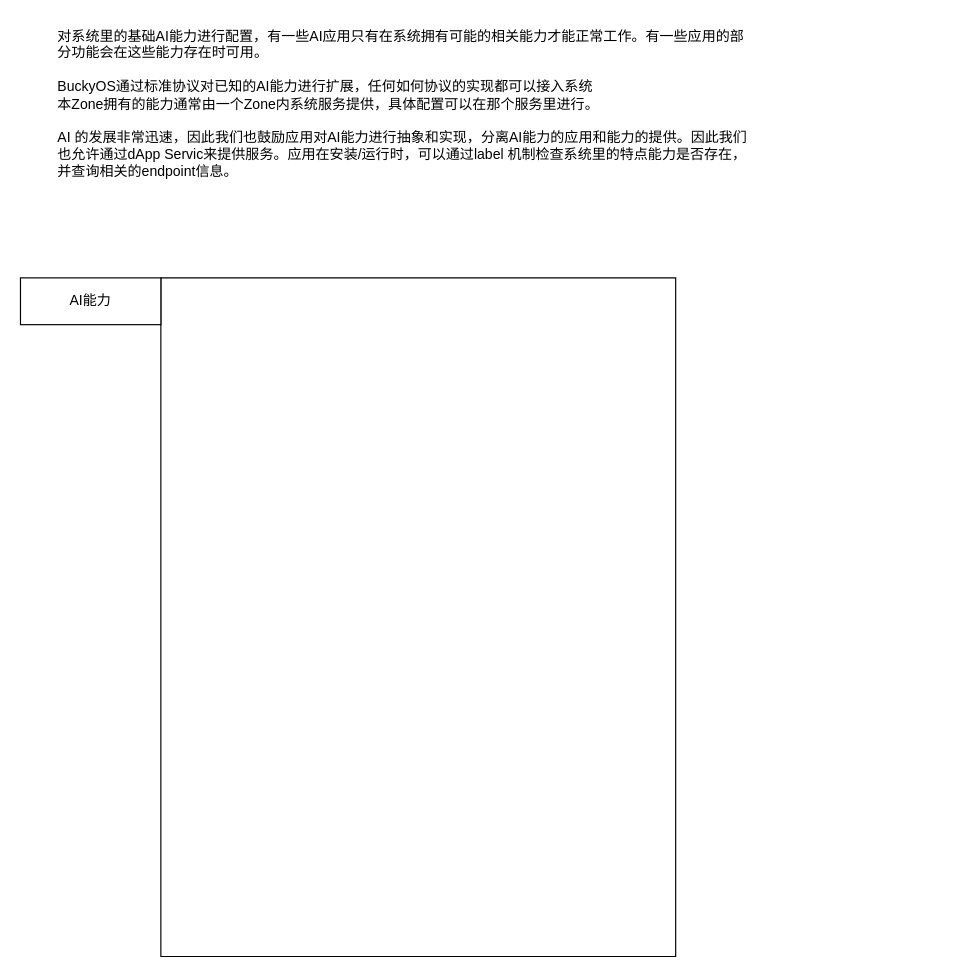
Before: page "Setting" (2 of 5) of doc/PRD/AI App.drawio in buckyos/buckyos, a draw.io diagram. Source tidied: cells renumbered, new cells numbered last; positions are measured from the earlier drawing's top-left corner, leaving out a move shared by most shapes. Both pictures are drawn from the tidied source at 117%, with x=0, y=0 at pixel (20, 20).
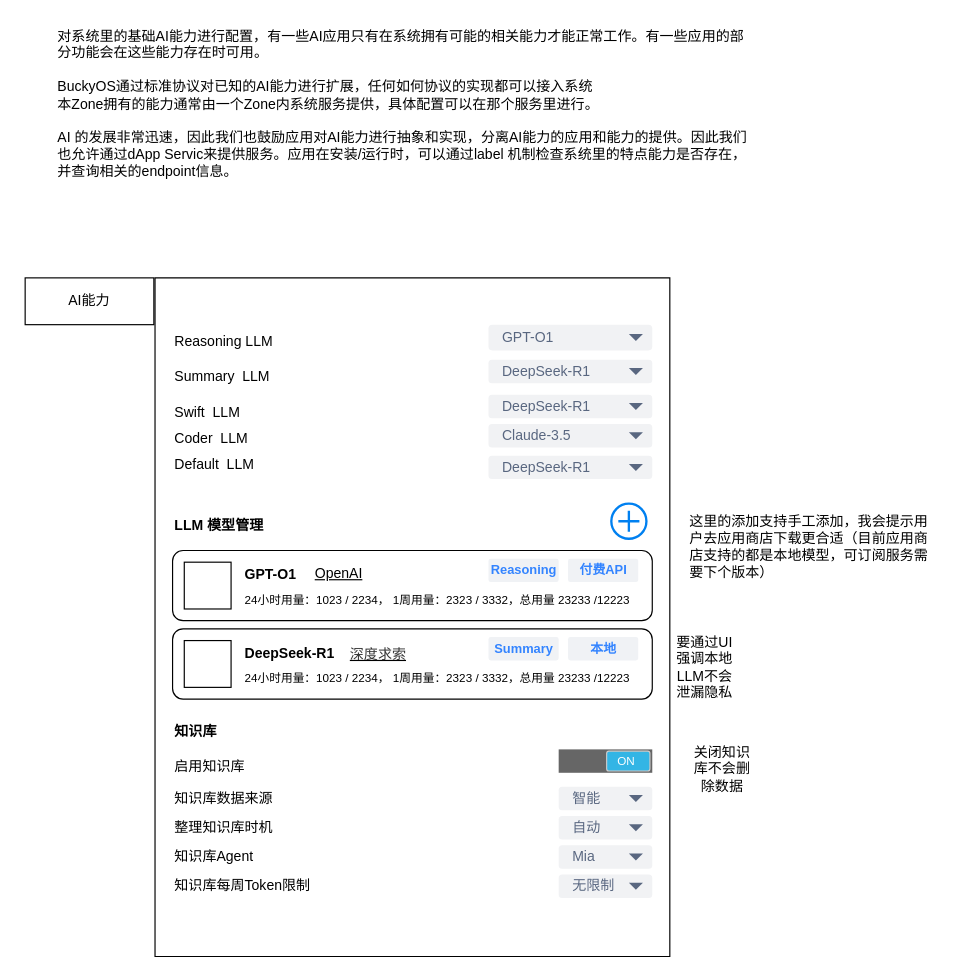
The same diagram, later.

What changed in the source:
```diff
@@
     <mxCell id="2" style="verticalLabelPosition=bottom;verticalAlign=top;html=1;shape=mxgraph.basic.rect;fillColor2=none;strokeWidth=1;size=20;indent=5;" parent="1" vertex="1">
-      <mxGeometry x="120" y="220" width="440" height="580" as="geometry" />
+      <mxGeometry x="115" y="220" width="440" height="580" as="geometry" />
     </mxCell>
     <mxCell id="3" value="AI能力" style="rounded=0;whiteSpace=wrap;html=1;" parent="1" vertex="1">
-      <mxGeometry y="220" width="120" height="40" as="geometry" />
+      <mxGeometry x="4" y="220" width="110" height="40" as="geometry" />
     </mxCell>
@@
+    <mxCell id="5" value="LLM 模型管理" style="text;html=1;align=left;verticalAlign=middle;whiteSpace=wrap;rounded=0;fontStyle=1;" parent="1" vertex="1">
+      <mxGeometry x="130" y="417" width="110" height="30" as="geometry" />
+    </mxCell>
+    <mxCell id="6" style="rounded=1;whiteSpace=wrap;html=1;" parent="1" vertex="1">
+      <mxGeometry x="130" y="453" width="410" height="60" as="geometry" />
+    </mxCell>
+    <mxCell id="7" style="rounded=0;whiteSpace=wrap;html=1;" parent="1" vertex="1">
+      <mxGeometry x="140" y="463" width="40" height="40" as="geometry" />
+    </mxCell>
+    <mxCell id="8" value="GPT-O1" style="text;html=1;align=left;verticalAlign=top;whiteSpace=wrap;rounded=0;fontStyle=1;" parent="1" vertex="1">
+      <mxGeometry x="190" y="460" width="60" height="30" as="geometry" />
+    </mxCell>
+    <mxCell id="9" value="Reasoning" style="dashed=0;html=1;fillColor=#F0F2F5;strokeColor=none;align=center;rounded=1;arcSize=10;fontColor=#3384FF;fontStyle=1;fontSize=11;shadow=0;" parent="1" vertex="1">
+      <mxGeometry x="400" y="460" width="60" height="20" as="geometry" />
+    </mxCell>
+    <mxCell id="10" style="html=1;verticalLabelPosition=bottom;align=center;labelBackgroundColor=#ffffff;verticalAlign=top;strokeWidth=2;strokeColor=#0080F0;shadow=0;dashed=0;shape=mxgraph.ios7.icons.add;" parent="1" vertex="1">
+      <mxGeometry x="505" y="413" width="30" height="30" as="geometry" />
+    </mxCell>
+    <mxCell id="11" value="付费API" style="dashed=0;html=1;fillColor=#F0F2F5;strokeColor=none;align=center;rounded=1;arcSize=10;fontColor=#3384FF;fontStyle=1;fontSize=11;shadow=0;" parent="1" vertex="1">
+      <mxGeometry x="468" y="460" width="60" height="20" as="geometry" />
+    </mxCell>
+    <mxCell id="12" value="OpenAI" style="text;html=1;align=left;verticalAlign=middle;whiteSpace=wrap;rounded=0;fontStyle=4;" parent="1" vertex="1">
+      <mxGeometry x="250" y="458" width="60" height="30" as="geometry" />
+    </mxCell>
+    <mxCell id="13" value="Reasoning LLM" style="text;html=1;align=left;verticalAlign=middle;whiteSpace=wrap;rounded=0;" parent="1" vertex="1">
+      <mxGeometry x="130" y="260" width="110" height="30" as="geometry" />
+    </mxCell>
+    <mxCell id="14" value="Summary&amp;nbsp; LLM" style="text;html=1;align=left;verticalAlign=middle;whiteSpace=wrap;rounded=0;" parent="1" vertex="1">
+      <mxGeometry x="130" y="290" width="110" height="30" as="geometry" />
+    </mxCell>
+    <mxCell id="15" value="Swift&amp;nbsp; LLM" style="text;html=1;align=left;verticalAlign=middle;whiteSpace=wrap;rounded=0;" parent="1" vertex="1">
+      <mxGeometry x="130" y="320" width="110" height="30" as="geometry" />
+    </mxCell>
+    <mxCell id="16" value="Default&amp;nbsp; LLM" style="text;html=1;align=left;verticalAlign=middle;whiteSpace=wrap;rounded=0;" parent="1" vertex="1">
+      <mxGeometry x="130" y="365" width="110" height="30" as="geometry" />
+    </mxCell>
+    <mxCell id="17" value="GPT-O1" style="rounded=1;fillColor=#F1F2F4;strokeColor=none;html=1;whiteSpace=wrap;fontColor=#596780;align=left;fontSize=12;spacingLeft=10;sketch=0;" parent="1" vertex="1">
+      <mxGeometry x="400" y="260" width="140" height="22" as="geometry" />
+    </mxCell>
+    <mxCell id="18" style="shape=triangle;direction=south;fillColor=#596780;strokeColor=none;html=1;sketch=0;" parent="17" vertex="1">
+      <mxGeometry x="1" y="0.5" width="12" height="6" relative="1" as="geometry">
+        <mxPoint x="-20" y="-3" as="offset" />
+      </mxGeometry>
+    </mxCell>
+    <mxCell id="19" value="DeepSeek-R1" style="rounded=1;fillColor=#F1F2F4;strokeColor=none;html=1;whiteSpace=wrap;fontColor=#596780;align=left;fontSize=12;spacingLeft=10;sketch=0;" parent="1" vertex="1">
+      <mxGeometry x="400" y="290" width="140" height="20" as="geometry" />
+    </mxCell>
+    <mxCell id="20" style="shape=triangle;direction=south;fillColor=#596780;strokeColor=none;html=1;sketch=0;" parent="19" vertex="1">
+      <mxGeometry x="1" y="0.5" width="12" height="6" relative="1" as="geometry">
+        <mxPoint x="-20" y="-3" as="offset" />
+      </mxGeometry>
+    </mxCell>
+    <mxCell id="21" value="DeepSeek-R1" style="rounded=1;fillColor=#F1F2F4;strokeColor=none;html=1;whiteSpace=wrap;fontColor=#596780;align=left;fontSize=12;spacingLeft=10;sketch=0;" parent="1" vertex="1">
+      <mxGeometry x="400" y="320" width="140" height="20" as="geometry" />
+    </mxCell>
+    <mxCell id="22" style="shape=triangle;direction=south;fillColor=#596780;strokeColor=none;html=1;sketch=0;" parent="21" vertex="1">
+      <mxGeometry x="1" y="0.5" width="12" height="6" relative="1" as="geometry">
+        <mxPoint x="-20" y="-3" as="offset" />
+      </mxGeometry>
+    </mxCell>
+    <mxCell id="23" value="DeepSeek-R1" style="rounded=1;fillColor=#F1F2F4;strokeColor=none;html=1;whiteSpace=wrap;fontColor=#596780;align=left;fontSize=12;spacingLeft=10;sketch=0;" parent="1" vertex="1">
+      <mxGeometry x="400" y="372" width="140" height="20" as="geometry" />
+    </mxCell>
+    <mxCell id="24" style="shape=triangle;direction=south;fillColor=#596780;strokeColor=none;html=1;sketch=0;" parent="23" vertex="1">
+      <mxGeometry x="1" y="0.5" width="12" height="6" relative="1" as="geometry">
+        <mxPoint x="-20" y="-3" as="offset" />
+      </mxGeometry>
+    </mxCell>
+    <mxCell id="25" value="Coder&amp;nbsp; LLM" style="text;html=1;align=left;verticalAlign=middle;whiteSpace=wrap;rounded=0;" parent="1" vertex="1">
+      <mxGeometry x="130" y="343" width="110" height="30" as="geometry" />
+    </mxCell>
+    <mxCell id="26" value="Claude-3.5" style="rounded=1;fillColor=#F1F2F4;strokeColor=none;html=1;whiteSpace=wrap;fontColor=#596780;align=left;fontSize=12;spacingLeft=10;sketch=0;" parent="1" vertex="1">
+      <mxGeometry x="400" y="345" width="140" height="20" as="geometry" />
+    </mxCell>
+    <mxCell id="27" style="shape=triangle;direction=south;fillColor=#596780;strokeColor=none;html=1;sketch=0;" parent="26" vertex="1">
+      <mxGeometry x="1" y="0.5" width="12" height="6" relative="1" as="geometry">
+        <mxPoint x="-20" y="-3" as="offset" />
+      </mxGeometry>
+    </mxCell>
+    <mxCell id="28" value="24小时用量：1023 / 2234， 1周用量：2323 / 3332，总用量 23233 /12223" style="text;html=1;align=left;verticalAlign=middle;whiteSpace=wrap;rounded=0;fontSize=10;" parent="1" vertex="1">
+      <mxGeometry x="190" y="480" width="340" height="30" as="geometry" />
+    </mxCell>
+    <mxCell id="29" style="rounded=1;whiteSpace=wrap;html=1;" parent="1" vertex="1">
+      <mxGeometry x="130" y="520" width="410" height="60" as="geometry" />
+    </mxCell>
+    <mxCell id="30" style="rounded=0;whiteSpace=wrap;html=1;" parent="1" vertex="1">
+      <mxGeometry x="140" y="530" width="40" height="40" as="geometry" />
+    </mxCell>
+    <mxCell id="31" value="DeepSeek-R1" style="text;html=1;align=left;verticalAlign=top;whiteSpace=wrap;rounded=0;fontStyle=1;" parent="1" vertex="1">
+      <mxGeometry x="190" y="527" width="100" height="30" as="geometry" />
+    </mxCell>
+    <mxCell id="32" value="Summary" style="dashed=0;html=1;fillColor=#F0F2F5;strokeColor=none;align=center;rounded=1;arcSize=10;fontColor=#3384FF;fontStyle=1;fontSize=11;shadow=0;" parent="1" vertex="1">
+      <mxGeometry x="400" y="527" width="60" height="20" as="geometry" />
+    </mxCell>
+    <mxCell id="33" value="本地" style="dashed=0;html=1;fillColor=#F0F2F5;strokeColor=none;align=center;rounded=1;arcSize=10;fontColor=#3384FF;fontStyle=1;fontSize=11;shadow=0;" parent="1" vertex="1">
+      <mxGeometry x="468" y="527" width="60" height="20" as="geometry" />
+    </mxCell>
+    <mxCell id="34" value="&lt;span style=&quot;color: rgb(51, 51, 51); font-family: Inter, system-ui, -apple-system, &amp;quot;system-ui&amp;quot;, &amp;quot;Segoe UI&amp;quot;, Roboto, Oxygen, Ubuntu, Cantarell, &amp;quot;Open Sans&amp;quot;, &amp;quot;Helvetica Neue&amp;quot;, sans-serif; orphans: 4; white-space-collapse: preserve;&quot;&gt;&lt;font&gt;深度求索&lt;/font&gt;&lt;/span&gt;" style="text;html=1;align=left;verticalAlign=middle;whiteSpace=wrap;rounded=0;fontStyle=4;" parent="1" vertex="1">
+      <mxGeometry x="280" y="527" width="75" height="30" as="geometry" />
+    </mxCell>
+    <mxCell id="35" value="24小时用量：1023 / 2234， 1周用量：2323 / 3332，总用量 23233 /12223" style="text;html=1;align=left;verticalAlign=middle;whiteSpace=wrap;rounded=0;fontSize=10;" parent="1" vertex="1">
+      <mxGeometry x="190" y="547" width="340" height="30" as="geometry" />
+    </mxCell>
+    <mxCell id="36" value="要通过UI强调本地LLM不会泄漏隐私" style="text;html=1;align=center;verticalAlign=middle;whiteSpace=wrap;rounded=0;" parent="1" vertex="1">
+      <mxGeometry x="555" y="513" width="60" height="80" as="geometry" />
+    </mxCell>
+    <mxCell id="37" value="知识库" style="text;html=1;align=left;verticalAlign=middle;whiteSpace=wrap;rounded=0;fontStyle=1;" parent="1" vertex="1">
+      <mxGeometry x="130" y="593" width="110" height="30" as="geometry" />
+    </mxCell>
+    <mxCell id="38" value="这里的添加支持手工添加，我会提示用户去应用商店下载更合适（目前应用商店支持的都是本地模型，可订阅服务需要下个版本）" style="text;html=1;align=left;verticalAlign=middle;whiteSpace=wrap;rounded=0;" parent="1" vertex="1">
+      <mxGeometry x="570" y="411" width="210" height="77" as="geometry" />
+    </mxCell>
+    <mxCell id="39" value="启用知识库" style="text;html=1;align=left;verticalAlign=middle;whiteSpace=wrap;rounded=0;" parent="1" vertex="1">
+      <mxGeometry x="130" y="623" width="90" height="30" as="geometry" />
+    </mxCell>
+    <mxCell id="40" style="verticalLabelPosition=bottom;verticalAlign=top;html=1;shadow=0;dashed=0;strokeWidth=1;shape=mxgraph.android.switch_on;fillColor=#666666;sketch=0;" parent="1" vertex="1">
+      <mxGeometry x="460" y="623" width="80" height="20" as="geometry" />
+    </mxCell>
+    <mxCell id="41" value="关闭知识库不会删除数据" style="text;html=1;align=center;verticalAlign=middle;whiteSpace=wrap;rounded=0;" parent="1" vertex="1">
+      <mxGeometry x="570" y="600" width="60" height="80" as="geometry" />
+    </mxCell>
+    <mxCell id="42" value="知识库数据来源" style="text;html=1;align=left;verticalAlign=middle;whiteSpace=wrap;rounded=0;" parent="1" vertex="1">
+      <mxGeometry x="130" y="650" width="90" height="30" as="geometry" />
+    </mxCell>
+    <mxCell id="43" value="智能" style="rounded=1;fillColor=#F1F2F4;strokeColor=none;html=1;whiteSpace=wrap;fontColor=#596780;align=left;fontSize=12;spacingLeft=10;sketch=0;" parent="1" vertex="1">
+      <mxGeometry x="460" y="655" width="80" height="20" as="geometry" />
+    </mxCell>
+    <mxCell id="44" style="shape=triangle;direction=south;fillColor=#596780;strokeColor=none;html=1;sketch=0;" parent="43" vertex="1">
+      <mxGeometry x="1" y="0.5" width="12" height="6" relative="1" as="geometry">
+        <mxPoint x="-20" y="-3" as="offset" />
+      </mxGeometry>
+    </mxCell>
+    <mxCell id="45" value="整理知识库时机" style="text;html=1;align=left;verticalAlign=middle;whiteSpace=wrap;rounded=0;" parent="1" vertex="1">
+      <mxGeometry x="130" y="675" width="90" height="30" as="geometry" />
+    </mxCell>
+    <mxCell id="46" value="自动" style="rounded=1;fillColor=#F1F2F4;strokeColor=none;html=1;whiteSpace=wrap;fontColor=#596780;align=left;fontSize=12;spacingLeft=10;sketch=0;" parent="1" vertex="1">
+      <mxGeometry x="460" y="680" width="80" height="20" as="geometry" />
+    </mxCell>
+    <mxCell id="47" style="shape=triangle;direction=south;fillColor=#596780;strokeColor=none;html=1;sketch=0;" parent="46" vertex="1">
+      <mxGeometry x="1" y="0.5" width="12" height="6" relative="1" as="geometry">
+        <mxPoint x="-20" y="-3" as="offset" />
+      </mxGeometry>
+    </mxCell>
+    <mxCell id="48" value="知识库Agent" style="text;html=1;align=left;verticalAlign=middle;whiteSpace=wrap;rounded=0;" parent="1" vertex="1">
+      <mxGeometry x="130" y="700" width="90" height="30" as="geometry" />
+    </mxCell>
+    <mxCell id="49" value="Mia" style="rounded=1;fillColor=#F1F2F4;strokeColor=none;html=1;whiteSpace=wrap;fontColor=#596780;align=left;fontSize=12;spacingLeft=10;sketch=0;" parent="1" vertex="1">
+      <mxGeometry x="460" y="705" width="80" height="20" as="geometry" />
+    </mxCell>
+    <mxCell id="50" style="shape=triangle;direction=south;fillColor=#596780;strokeColor=none;html=1;sketch=0;" parent="49" vertex="1">
+      <mxGeometry x="1" y="0.5" width="12" height="6" relative="1" as="geometry">
+        <mxPoint x="-20" y="-3" as="offset" />
+      </mxGeometry>
+    </mxCell>
+    <mxCell id="51" value="知识库每周Token限制" style="text;html=1;align=left;verticalAlign=middle;whiteSpace=wrap;rounded=0;" parent="1" vertex="1">
+      <mxGeometry x="130" y="725" width="140" height="30" as="geometry" />
+    </mxCell>
+    <mxCell id="52" value="无限制" style="rounded=1;fillColor=#F1F2F4;strokeColor=none;html=1;whiteSpace=wrap;fontColor=#596780;align=left;fontSize=12;spacingLeft=10;sketch=0;" parent="1" vertex="1">
+      <mxGeometry x="460" y="730" width="80" height="20" as="geometry" />
+    </mxCell>
+    <mxCell id="53" style="shape=triangle;direction=south;fillColor=#596780;strokeColor=none;html=1;sketch=0;" parent="52" vertex="1">
+      <mxGeometry x="1" y="0.5" width="12" height="6" relative="1" as="geometry">
+        <mxPoint x="-20" y="-3" as="offset" />
+      </mxGeometry>
+    </mxCell>
```
